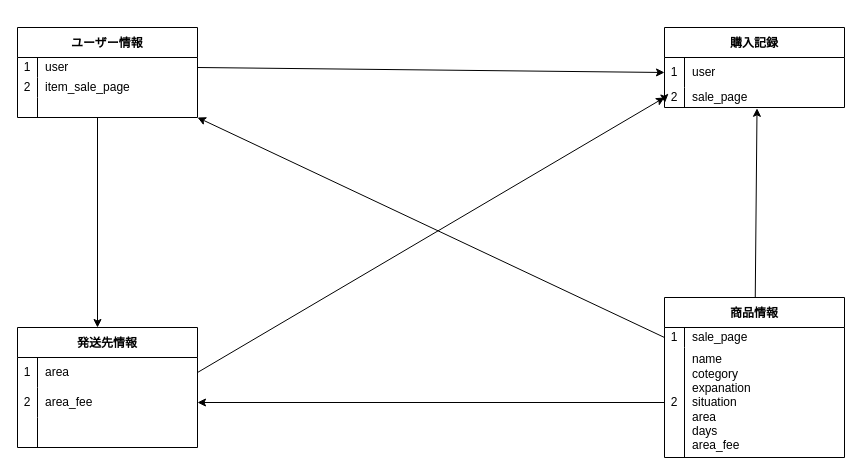
The draw.io diagram furima.dio in waiwaitarou/furima-41380, before the edit. Source tidied: cells renumbered, new cells numbered last; positions are measured from the earlier drawing's top-left corner, leaving out a move shared by most shapes. Both pictures are drawn from the tidied source at 100%, with x=0, y=0 at pixel (17, 27).
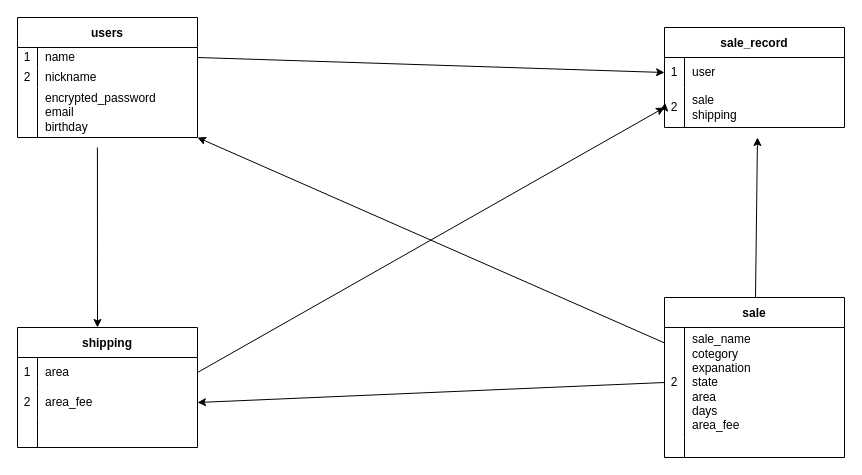
The same page after the edit.

Commit message (it also covers changes not shown here):
データベース設計

Unchanged cells that the change refers to:
```xml
<mxCell id="3" style="shape=tableRow;horizontal=0;startSize=0;swimlaneHead=0;swimlaneBody=0;top=0;left=0;bottom=0;right=0;fillColor=none;points=[[0,0.5],[1,0.5]];portConstraint=eastwest;" parent="2" vertex="1">
  <mxGeometry y="30" width="180" height="20" as="geometry" />
</mxCell>
<mxCell id="6" style="shape=tableRow;horizontal=0;startSize=0;swimlaneHead=0;swimlaneBody=0;top=0;left=0;bottom=0;right=0;fillColor=none;" parent="2" vertex="1">
  <mxGeometry y="50" width="180" height="20" as="geometry" />
</mxCell>
```

Diff of the diagram source:
```diff
@@
-    <mxCell id="2" value="ユーザー情報" style="shape=table;startSize=30;childLayout=tableLayout;rowLines=0;fontStyle=1;" parent="1" vertex="1">
-      <mxGeometry width="180" height="90" as="geometry" />
+    <mxCell id="2" value="users" style="shape=table;startSize=30;childLayout=tableLayout;rowLines=0;fontStyle=1;" parent="1" vertex="1">
+      <mxGeometry y="-10" width="180" height="120" as="geometry" />
     </mxCell>
@@
-    <mxCell id="5" value="user&lt;br&gt;" style="shape=partialRectangle;html=1;whiteSpace=wrap;fillColor=none;top=0;left=0;bottom=0;right=0;align=left;spacingLeft=6;overflow=hidden;" parent="3" vertex="1">
+    <mxCell id="5" value="name" style="shape=partialRectangle;html=1;whiteSpace=wrap;fillColor=none;top=0;left=0;bottom=0;right=0;align=left;spacingLeft=6;overflow=hidden;" parent="3" vertex="1">
       <mxGeometry x="20" width="160" height="20" as="geometry" />
     </mxCell>
@@
-    <mxCell id="8" value="item_sale_page" style="shape=partialRectangle;html=1;whiteSpace=wrap;fillColor=none;top=0;left=0;bottom=0;right=0;align=left;spacingLeft=6;overflow=hidden;" parent="6" vertex="1">
+    <mxCell id="8" value="nickname" style="shape=partialRectangle;html=1;whiteSpace=wrap;fillColor=none;top=0;left=0;bottom=0;right=0;align=left;spacingLeft=6;overflow=hidden;" parent="6" vertex="1">
       <mxGeometry x="20" width="160" height="20" as="geometry" />
     </mxCell>
     <mxCell id="9" style="shape=tableRow;horizontal=0;startSize=0;swimlaneHead=0;swimlaneBody=0;top=0;left=0;bottom=0;right=0;fillColor=none;points=[[0,0.5],[1,0.5]];portConstraint=eastwest;" parent="2" vertex="1">
-      <mxGeometry y="70" width="180" height="20" as="geometry" />
+      <mxGeometry y="70" width="180" height="50" as="geometry" />
     </mxCell>
     <mxCell id="10" style="shape=partialRectangle;html=1;whiteSpace=wrap;fillColor=none;top=0;left=0;bottom=0;right=0;overflow=hidden;" parent="9" vertex="1">
-      <mxGeometry width="20" height="20" as="geometry" />
+      <mxGeometry width="20" height="50" as="geometry" />
     </mxCell>
-    <mxCell id="11" style="shape=partialRectangle;html=1;whiteSpace=wrap;fillColor=none;top=0;left=0;bottom=0;right=0;align=left;spacingLeft=6;overflow=hidden;" parent="9" vertex="1">
-      <mxGeometry x="20" width="160" height="20" as="geometry" />
+    <mxCell id="11" value="encrypted_password&lt;br&gt;email&lt;br&gt;birthday&lt;br&gt;" style="shape=partialRectangle;html=1;whiteSpace=wrap;fillColor=none;top=0;left=0;bottom=0;right=0;align=left;spacingLeft=6;overflow=hidden;" parent="9" vertex="1">
+      <mxGeometry x="20" width="160" height="50" as="geometry" />
     </mxCell>
-    <mxCell id="12" style="edgeStyle=none;html=1;entryX=0.514;entryY=1.04;entryDx=0;entryDy=0;entryPerimeter=0;" parent="1" edge="1" source="13" target="25">
-      <mxGeometry relative="1" as="geometry" />
+    <mxCell id="12" style="edgeStyle=none;html=1;" parent="1" edge="1" source="13">
+      <mxGeometry relative="1" as="geometry">
+        <mxPoint x="740" y="110" as="targetPoint" />
+      </mxGeometry>
     </mxCell>
-    <mxCell id="13" value="商品情報" style="shape=table;startSize=30;childLayout=tableLayout;rowLines=0;fontStyle=1;" parent="1" vertex="1">
+    <mxCell id="13" value="sale" style="shape=table;startSize=30;childLayout=tableLayout;rowLines=0;fontStyle=1;" parent="1" vertex="1">
       <mxGeometry x="647" y="270" width="180" height="160" as="geometry" />
     </mxCell>
+    <mxCell id="17" style="shape=tableRow;horizontal=0;startSize=0;swimlaneHead=0;swimlaneBody=0;top=0;left=0;bottom=0;right=0;fillColor=none;points=[[0,0.5],[1,0.5]];portConstraint=eastwest;" parent="13" vertex="1">
+      <mxGeometry y="30" width="180" height="110" as="geometry" />
+    </mxCell>
+    <mxCell id="18" value="2" style="shape=partialRectangle;html=1;whiteSpace=wrap;fillColor=none;top=0;left=0;bottom=0;right=0;overflow=hidden;" parent="17" vertex="1">
+      <mxGeometry width="20" height="110" as="geometry" />
+    </mxCell>
+    <mxCell id="19" value="sale_name&lt;br&gt;cotegory&lt;br&gt;expanation&lt;br&gt;state&lt;br&gt;area&lt;br&gt;days&lt;br&gt;area_fee" style="shape=partialRectangle;html=1;whiteSpace=wrap;fillColor=none;top=0;left=0;bottom=0;right=0;align=left;spacingLeft=6;overflow=hidden;" parent="17" vertex="1">
+      <mxGeometry x="20" width="160" height="110" as="geometry" />
+    </mxCell>
     <mxCell id="14" style="shape=tableRow;horizontal=0;startSize=0;swimlaneHead=0;swimlaneBody=0;top=0;left=0;bottom=0;right=0;fillColor=none;points=[[0,0.5],[1,0.5]];portConstraint=eastwest;" parent="13" vertex="1">
-      <mxGeometry y="30" width="180" height="20" as="geometry" />
+      <mxGeometry y="140" width="180" height="20" as="geometry" />
     </mxCell>
-    <mxCell id="15" value="1" style="shape=partialRectangle;html=1;whiteSpace=wrap;fillColor=none;top=0;left=0;bottom=0;right=0;overflow=hidden;" parent="14" vertex="1">
+    <mxCell id="15" style="shape=partialRectangle;html=1;whiteSpace=wrap;fillColor=none;top=0;left=0;bottom=0;right=0;overflow=hidden;" parent="14" vertex="1">
       <mxGeometry width="20" height="20" as="geometry" />
     </mxCell>
-    <mxCell id="16" value="sale_page" style="shape=partialRectangle;html=1;whiteSpace=wrap;fillColor=none;top=0;left=0;bottom=0;right=0;align=left;spacingLeft=6;overflow=hidden;" parent="14" vertex="1">
+    <mxCell id="16" style="shape=partialRectangle;html=1;whiteSpace=wrap;fillColor=none;top=0;left=0;bottom=0;right=0;align=left;spacingLeft=6;overflow=hidden;" parent="14" vertex="1">
       <mxGeometry x="20" width="160" height="20" as="geometry" />
     </mxCell>
-    <mxCell id="17" style="shape=tableRow;horizontal=0;startSize=0;swimlaneHead=0;swimlaneBody=0;top=0;left=0;bottom=0;right=0;fillColor=none;points=[[0,0.5],[1,0.5]];portConstraint=eastwest;" parent="13" vertex="1">
-      <mxGeometry y="50" width="180" height="110" as="geometry" />
-    </mxCell>
-    <mxCell id="18" value="2" style="shape=partialRectangle;html=1;whiteSpace=wrap;fillColor=none;top=0;left=0;bottom=0;right=0;overflow=hidden;" parent="17" vertex="1">
-      <mxGeometry width="20" height="110" as="geometry" />
-    </mxCell>
-    <mxCell id="19" value="name&lt;br&gt;cotegory&lt;br&gt;expanation&lt;br&gt;situation&lt;br&gt;area&lt;br&gt;days&lt;br&gt;area_fee" style="shape=partialRectangle;html=1;whiteSpace=wrap;fillColor=none;top=0;left=0;bottom=0;right=0;align=left;spacingLeft=6;overflow=hidden;" parent="17" vertex="1">
-      <mxGeometry x="20" width="160" height="110" as="geometry" />
-    </mxCell>
-    <mxCell id="20" value="購入記録" style="shape=table;startSize=30;childLayout=tableLayout;rowLines=0;fontStyle=1;" parent="1" vertex="1">
-      <mxGeometry x="647" width="180" height="80" as="geometry" />
+    <mxCell id="20" value="sale_record" style="shape=table;startSize=30;childLayout=tableLayout;rowLines=0;fontStyle=1;" parent="1" vertex="1">
+      <mxGeometry x="647" width="180" height="100" as="geometry" />
     </mxCell>
@@
     <mxCell id="25" style="shape=tableRow;horizontal=0;startSize=0;swimlaneHead=0;swimlaneBody=0;top=0;left=0;bottom=0;right=0;fillColor=none;points=[[0,0.5],[1,0.5]];portConstraint=eastwest;" parent="20" vertex="1">
-      <mxGeometry y="60" width="180" height="20" as="geometry" />
+      <mxGeometry y="60" width="180" height="40" as="geometry" />
     </mxCell>
     <mxCell id="26" value="2" style="shape=partialRectangle;html=1;whiteSpace=wrap;fillColor=none;top=0;left=0;bottom=0;right=0;overflow=hidden;" parent="25" vertex="1">
-      <mxGeometry width="20" height="20" as="geometry" />
+      <mxGeometry width="20" height="40" as="geometry" />
     </mxCell>
-    <mxCell id="27" value="sale_page" style="shape=partialRectangle;html=1;whiteSpace=wrap;fillColor=none;top=0;left=0;bottom=0;right=0;align=left;spacingLeft=6;overflow=hidden;" parent="25" vertex="1">
-      <mxGeometry x="20" width="160" height="20" as="geometry" />
+    <mxCell id="27" value="sale&lt;br&gt;shipping" style="shape=partialRectangle;html=1;whiteSpace=wrap;fillColor=none;top=0;left=0;bottom=0;right=0;align=left;spacingLeft=6;overflow=hidden;" parent="25" vertex="1">
+      <mxGeometry x="20" width="160" height="40" as="geometry" />
     </mxCell>
-    <mxCell id="28" value="発送先情報" style="shape=table;startSize=30;childLayout=tableLayout;rowLines=0;fontStyle=1;" parent="1" vertex="1">
+    <mxCell id="28" value="shipping" style="shape=table;startSize=30;childLayout=tableLayout;rowLines=0;fontStyle=1;" parent="1" vertex="1">
       <mxGeometry y="300" width="180" height="120" as="geometry" />
     </mxCell>
@@
-    <mxCell id="40" style="endArrow=classic;html=1;" parent="1" edge="1">
+    <mxCell id="40" style="endArrow=classic;html=1;exitX=0.444;exitY=1.2;exitDx=0;exitDy=0;exitPerimeter=0;" parent="1" edge="1" source="9">
       <mxGeometry relative="1" as="geometry">
-        <mxPoint x="80" y="90" as="sourcePoint" />
         <mxPoint x="80" y="300" as="targetPoint" />
       </mxGeometry>
     </mxCell>
@@
-    <mxCell id="42" style="endArrow=classic;html=1;exitX=0;exitY=0.5;exitDx=0;exitDy=0;entryX=1;entryY=1;entryDx=0;entryDy=0;entryPerimeter=0;" parent="1" edge="1" source="14" target="9">
+    <mxCell id="42" style="endArrow=classic;html=1;entryX=1;entryY=1;entryDx=0;entryDy=0;entryPerimeter=0;" parent="1" edge="1" source="17" target="9">
       <mxGeometry relative="1" as="geometry" />
     </mxCell>
```
